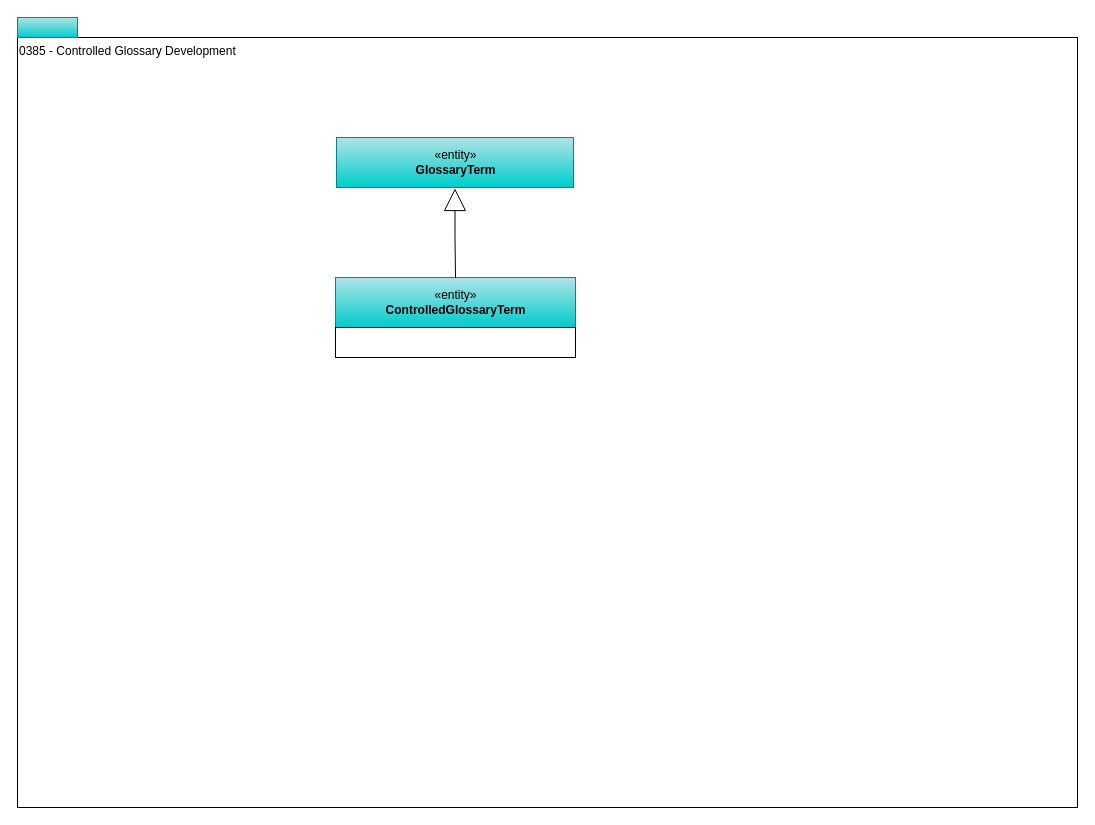
Above: page "0385-Controlled-Glossary-Development" (11 of 13) of site/docs/types/3/area-3-glossary.drawio in odpi/egeria-docs (draw.io), before the change. Source tidied: cells renumbered, new cells numbered last; positions are measured from the earlier drawing's top-left corner, leaving out a move shared by most shapes. Both pictures are drawn from the tidied source at 100%, with x=0, y=0 at pixel (17, 17).
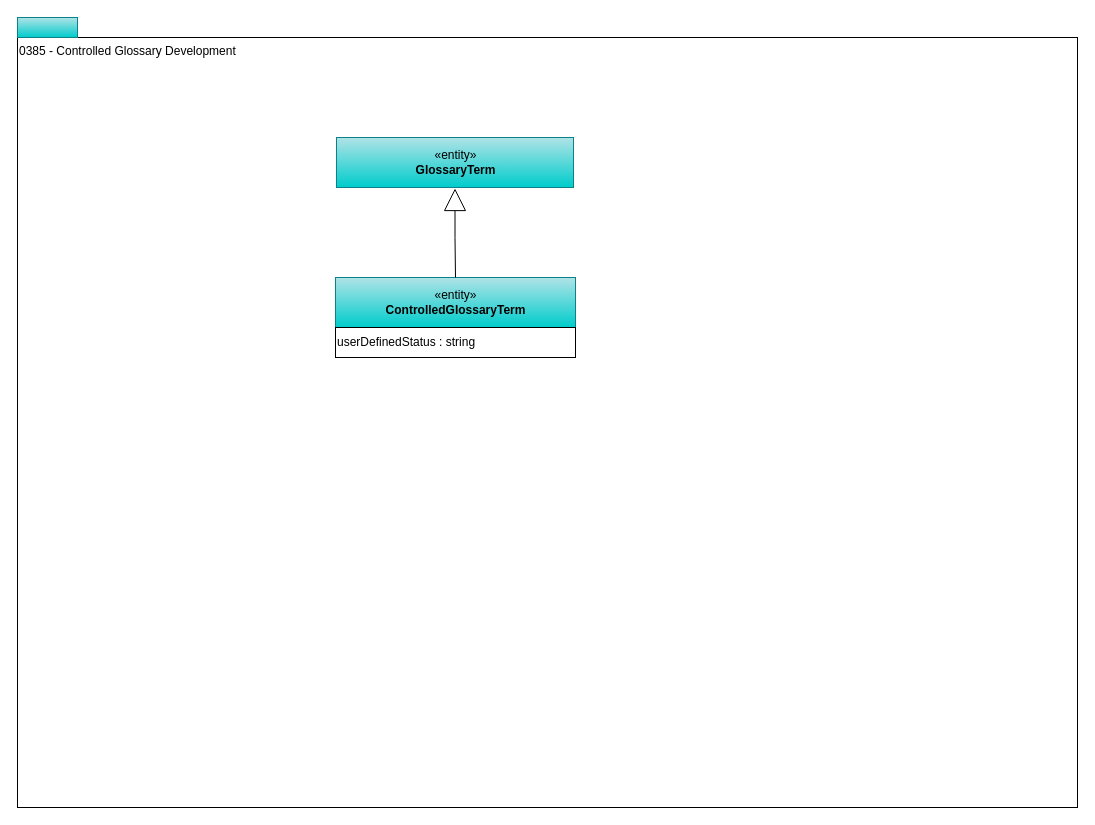
The same page after the edit.

What changed in the source:
```diff
@@
 <mxGraphModel>
   <root>
     <mxCell id="0" />
     <mxCell id="1" parent="0" />
     <mxCell id="2" value="0385 - Controlled Glossary Development" style="rounded=0;whiteSpace=wrap;html=1;align=left;verticalAlign=top;" parent="1" vertex="1">
       <mxGeometry y="20" width="1060" height="770" as="geometry" />
     </mxCell>
     <mxCell id="3" style="rounded=0;whiteSpace=wrap;html=1;align=left;fillColor=#b0e3e6;strokeColor=#0e8088;gradientColor=#00CCCC;" parent="1" vertex="1">
       <mxGeometry width="60" height="20" as="geometry" />
     </mxCell>
     <mxCell id="4" value="«entity»&lt;br&gt;&lt;b&gt;ControlledGlossaryTerm&lt;/b&gt;" style="html=1;strokeColor=#0e8088;align=center;fillColor=#b0e3e6;gradientColor=#00CCCC;" parent="1" vertex="1">
       <mxGeometry x="318" y="260" width="240" height="50" as="geometry" />
     </mxCell>
     <mxCell id="5" style="edgeStyle=orthogonalEdgeStyle;rounded=0;jettySize=auto;html=1;endArrow=none;endFill=0;startArrow=block;startFill=0;sourcePerimeterSpacing=1;startSize=20;" parent="1" edge="1" source="6" target="4">
       <mxGeometry relative="1" as="geometry" />
     </mxCell>
     <mxCell id="6" value="«entity»&lt;br&gt;&lt;b&gt;GlossaryTerm&lt;/b&gt;" style="html=1;strokeColor=#0e8088;align=center;fillColor=#b0e3e6;gradientColor=#00CCCC;" parent="1" vertex="1">
       <mxGeometry x="319" y="120" width="237" height="50" as="geometry" />
     </mxCell>
-    <mxCell id="7" value="&lt;br&gt;&lt;div style=&quot;text-align: left&quot;&gt;&lt;/div&gt;" style="rounded=0;whiteSpace=wrap;html=1;strokeColor=#000000;gradientColor=#ffffff;align=left;" parent="1" vertex="1">
+    <mxCell id="7" value="userDefinedStatus : string&lt;br&gt;&lt;div style=&quot;text-align: left&quot;&gt;&lt;/div&gt;" style="rounded=0;whiteSpace=wrap;html=1;strokeColor=#000000;gradientColor=#ffffff;align=left;" parent="1" vertex="1">
       <mxGeometry x="318" y="310" width="240" height="30" as="geometry" />
     </mxCell>
   </root>
 </mxGraphModel>
```
